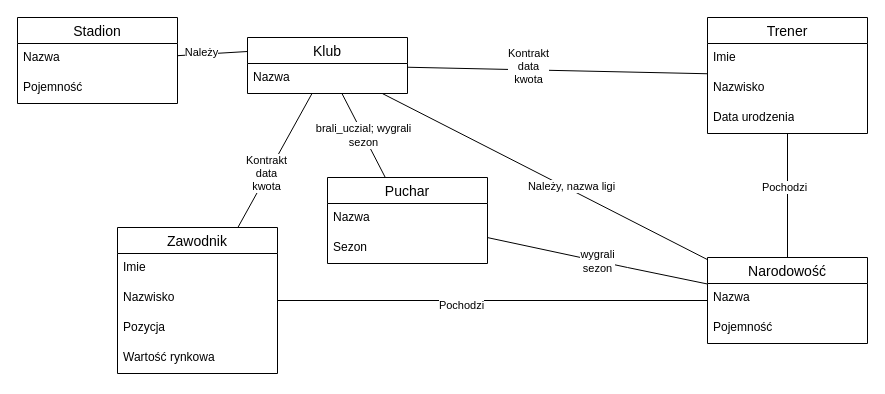
Above: Projekt_pikarski.drawio in albertmazur/scraper_club (draw.io), before the change. Source tidied: cells renumbered, new cells numbered last; positions are measured from the earlier drawing's top-left corner, leaving out a move shared by most shapes. Both pictures are drawn from the tidied source at 100%, with x=0, y=0 at pixel (17, 17).
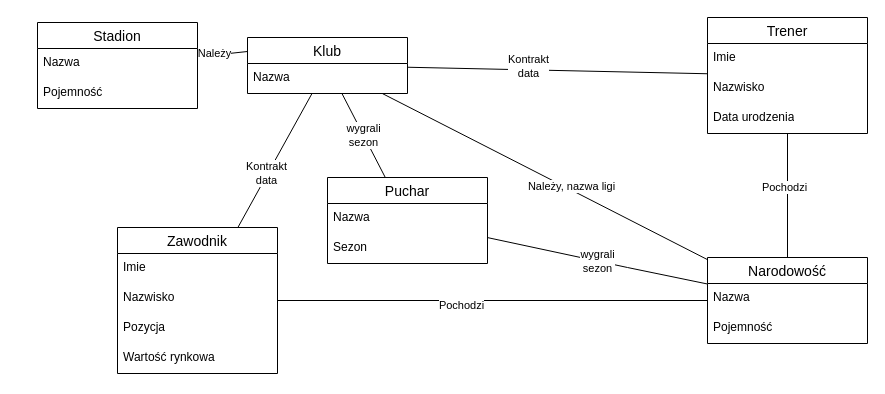
The same page after the edit.

Commit message (it also covers changes not shown here):
Poprawa schematu i program pobiera wszystkie pobrzebne dane

Unchanged cells that the change refers to:
```xml
<mxCell id="2" value="Klub" style="swimlane;fontStyle=0;horizontal=1;startSize=26;align=center;fontSize=14;" parent="1" vertex="1">
  <mxGeometry x="230" y="20" width="160" height="56" as="geometry" />
</mxCell>
<mxCell id="16" value="Puchar" style="swimlane;fontStyle=0;horizontal=1;startSize=26;align=center;fontSize=14;" parent="1" vertex="1">
  <mxGeometry x="310" y="160" width="160" height="86" as="geometry" />
</mxCell>
<mxCell id="19" style="endArrow=none;html=1;rounded=0;" parent="1" edge="1" source="2" target="9">
  <mxGeometry relative="1" as="geometry" />
</mxCell>
<mxCell id="21" style="endArrow=none;html=1;rounded=0;" parent="1" edge="1" source="2" target="4">
  <mxGeometry relative="1" as="geometry" />
</mxCell>
```

The edit, as a diff of the source:
```diff
@@
     <mxCell id="13" value="Stadion" style="swimlane;fontStyle=0;horizontal=1;startSize=26;align=center;fontSize=14;" parent="1" vertex="1">
-      <mxGeometry width="160" height="86" as="geometry" />
+      <mxGeometry x="20" y="5" width="160" height="86" as="geometry" />
     </mxCell>
@@
-    <mxCell id="20" value="Kontrakt&lt;br&gt;data&lt;br&gt;kwota" style="edgeLabel;html=1;align=center;verticalAlign=middle;" parent="19" vertex="1">
+    <mxCell id="20" value="Kontrakt&lt;br&gt;data" style="edgeLabel;html=1;align=center;verticalAlign=middle;" parent="19" vertex="1">
       <mxGeometry x="-0.2" y="4" relative="1" as="geometry" />
     </mxCell>
@@
-    <mxCell id="22" value="Kontrakt&lt;br&gt;data&lt;br&gt;kwota" style="edgeLabel;html=1;align=center;verticalAlign=middle;" parent="21" vertex="1">
+    <mxCell id="22" value="Kontrakt&lt;br&gt;data" style="edgeLabel;html=1;align=center;verticalAlign=middle;" parent="21" vertex="1">
       <mxGeometry x="0.2" y="-2" relative="1" as="geometry" />
     </mxCell>
-    <mxCell id="23" value="brali_uczial; wygrali&lt;br&gt;sezon" style="endArrow=none;html=1;rounded=0;" parent="1" edge="1" source="16" target="2">
+    <mxCell id="23" value="wygrali&lt;br&gt;sezon" style="endArrow=none;html=1;rounded=0;" parent="1" edge="1" source="16" target="2">
       <mxGeometry relative="1" as="geometry" />
     </mxCell>
```
